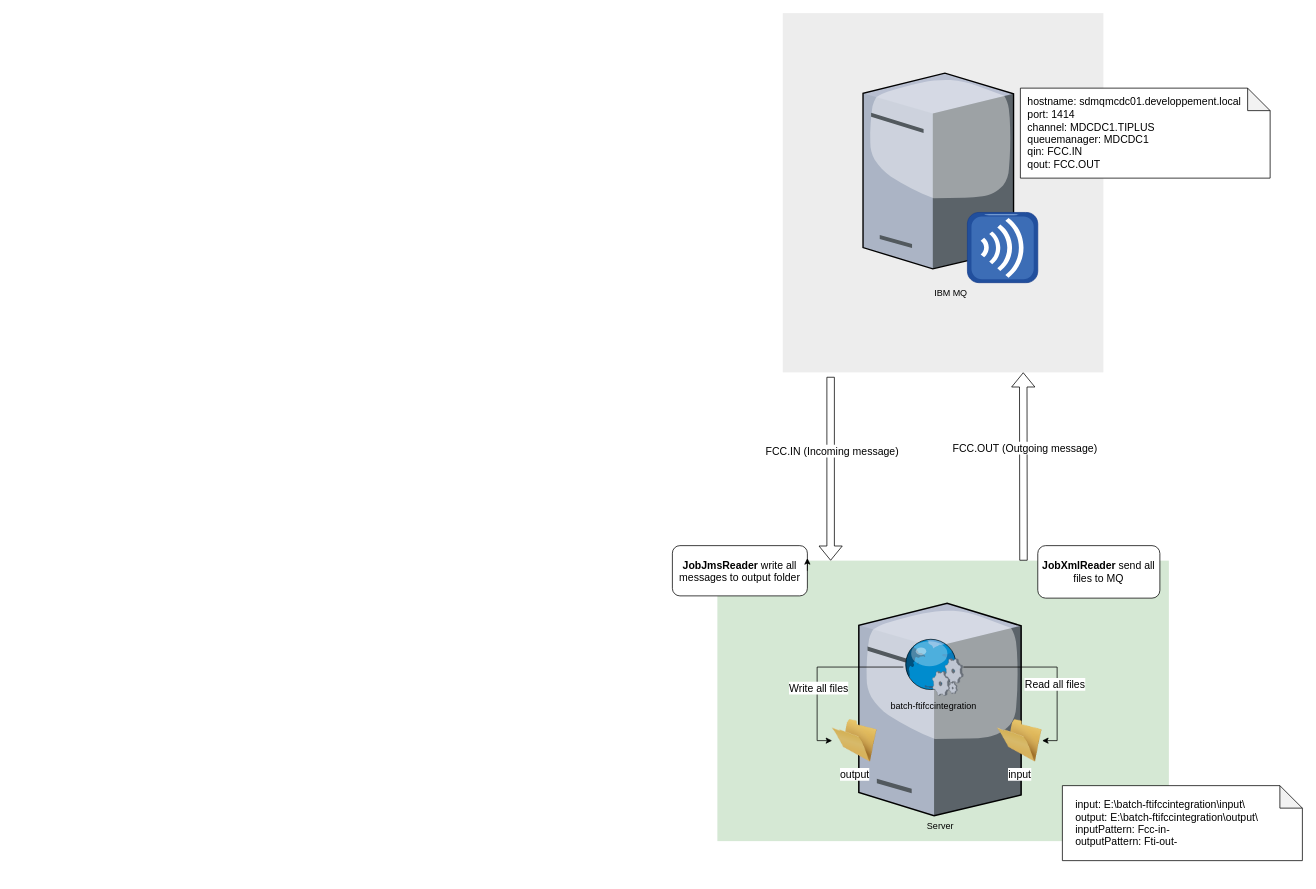
wittakarn/diagram keeps this draw.io diagram as ftifccintegration/ftifccintegration.drawio. Above is the earlier version. Source tidied: cells renumbered, new cells numbered last; positions are measured from the earlier drawing's top-left corner, leaving out a move shared by most shapes. Both pictures are drawn from the tidied source at 75%, with x=0, y=0 at pixel (672, 13).
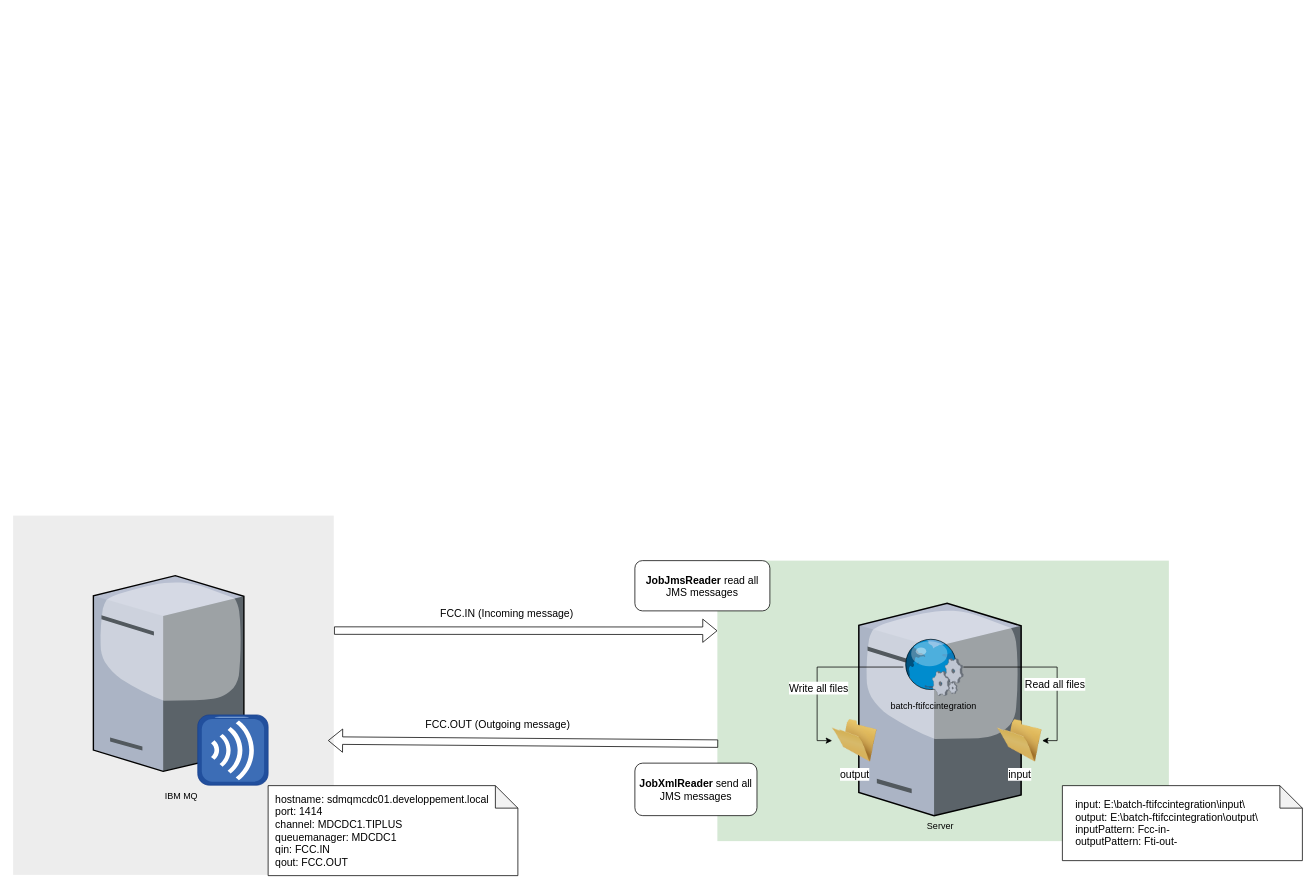
After the change.

Unchanged cells that the change refers to:
```xml
<mxCell id="2" style="whiteSpace=wrap;html=1;fillColor=#d5e8d4;fontSize=14;strokeColor=none;verticalAlign=top;" parent="1" vertex="1">
  <mxGeometry x="60" y="730" width="602" height="374" as="geometry" />
</mxCell>
```

What changed in the source:
```diff
@@
     <mxCell id="3" style="whiteSpace=wrap;html=1;fillColor=#EDEDED;fontSize=14;strokeColor=none;verticalAlign=top;" parent="1" vertex="1">
-      <mxGeometry x="147.2" width="427.5" height="479" as="geometry" />
+      <mxGeometry x="-879" y="670" width="427.5" height="479" as="geometry" />
     </mxCell>
     <mxCell id="4" value="IBM MQ&lt;br&gt;" style="verticalLabelPosition=bottom;html=1;verticalAlign=top;strokeColor=none;align=center;shape=mxgraph.citrix.merchandising_server;" parent="1" vertex="1">
-      <mxGeometry x="254.2" y="80" width="233" height="279.6" as="geometry" />
+      <mxGeometry x="-772" y="750" width="233" height="279.6" as="geometry" />
     </mxCell>
@@
-    <mxCell id="11" style="shape=flexArrow;endArrow=classic;html=1;" parent="1" edge="1">
-      <mxGeometry relative="1" as="geometry">
-        <mxPoint x="211" y="485" as="sourcePoint" />
-        <mxPoint x="211" y="730" as="targetPoint" />
-      </mxGeometry>
+    <mxCell id="11" style="shape=flexArrow;endArrow=classic;html=1;entryX=0;entryY=0.25;entryDx=0;entryDy=0;exitX=1.001;exitY=0.32;exitDx=0;exitDy=0;exitPerimeter=0;" parent="1" edge="1" source="3" target="2">
+      <mxGeometry relative="1" as="geometry" />
     </mxCell>
     <mxCell id="12" value="FCC.IN (Incoming message)" style="edgeLabel;html=1;align=center;verticalAlign=middle;fontSize=14;" parent="11" vertex="1">
       <mxGeometry x="-0.31" y="-5" relative="1" as="geometry">
-        <mxPoint x="6.1" y="13.4" as="offset" />
+        <mxPoint x="54" y="-28.8" as="offset" />
       </mxGeometry>
     </mxCell>
@@
-    <mxCell id="14" style="shape=flexArrow;endArrow=classic;html=1;fontSize=14;entryX=0.75;entryY=1;entryDx=0;entryDy=0;exitX=0.678;exitY=0;exitDx=0;exitDy=0;exitPerimeter=0;" parent="1" edge="1" source="2" target="3">
-      <mxGeometry relative="1" as="geometry" />
+    <mxCell id="14" style="shape=flexArrow;endArrow=classic;html=1;fontSize=14;entryX=0.982;entryY=0.626;entryDx=0;entryDy=0;entryPerimeter=0;" parent="1" edge="1" target="3">
+      <mxGeometry relative="1" as="geometry">
+        <mxPoint x="61" y="974" as="sourcePoint" />
+      </mxGeometry>
     </mxCell>
     <mxCell id="15" value="FCC.OUT (Outgoing message)" style="edgeLabel;html=1;align=center;verticalAlign=middle;fontSize=14;" parent="14" vertex="1">
       <mxGeometry x="-0.25" relative="1" as="geometry">
-        <mxPoint x="1.9" y="-56.7" as="offset" />
+        <mxPoint x="-100" y="-23.7" as="offset" />
       </mxGeometry>
     </mxCell>
     <mxCell id="16" value="&lt;div&gt;&amp;nbsp; hostname: sdmqmcdc01.developpement.local&lt;/div&gt;&lt;div&gt;&amp;nbsp; port: 1414&lt;/div&gt;&lt;div&gt;&amp;nbsp; channel: MDCDC1.TIPLUS&lt;/div&gt;&lt;div&gt;&amp;nbsp; queuemanager: MDCDC1&lt;/div&gt;&lt;div&gt;&amp;nbsp; qin: FCC.IN&lt;/div&gt;&lt;div&gt;&amp;nbsp; qout: FCC.OUT&lt;/div&gt;" style="shape=note;whiteSpace=wrap;html=1;backgroundOutline=1;darkOpacity=0.05;fontSize=14;align=left;" parent="1" vertex="1">
-      <mxGeometry x="464" y="100" width="333" height="120" as="geometry" />
+      <mxGeometry x="-539" y="1030" width="333" height="120" as="geometry" />
     </mxCell>
@@
-    <mxCell id="18" value="&lt;b&gt;JobXmlReader&amp;nbsp;&lt;/b&gt;&lt;span&gt;send all files to MQ&lt;/span&gt;" style="rounded=1;whiteSpace=wrap;html=1;fontSize=14;align=center;" parent="1" vertex="1">
-      <mxGeometry x="487.2" y="710" width="162.8" height="70" as="geometry" />
+    <mxCell id="18" value="&lt;b&gt;JobXmlReader&amp;nbsp;&lt;/b&gt;&lt;span&gt;send all JMS messages&lt;/span&gt;" style="rounded=1;whiteSpace=wrap;html=1;fontSize=14;align=center;" parent="1" vertex="1">
+      <mxGeometry x="-50" y="1000" width="162.8" height="70" as="geometry" />
     </mxCell>
-    <mxCell id="19" value="&lt;b&gt;JobJmsReader&amp;nbsp;&lt;/b&gt;&lt;span&gt;write all messages to output folder&lt;/span&gt;" style="rounded=1;whiteSpace=wrap;html=1;fontSize=14;" parent="1" vertex="1">
-      <mxGeometry y="710" width="180" height="67" as="geometry" />
+    <mxCell id="19" value="&lt;b&gt;JobJmsReader&amp;nbsp;&lt;/b&gt;&lt;span&gt;read all JMS messages&lt;/span&gt;" style="rounded=1;whiteSpace=wrap;html=1;fontSize=14;" parent="1" vertex="1">
+      <mxGeometry x="-50" y="730" width="180" height="67" as="geometry" />
     </mxCell>
-    <mxCell id="20" style="edgeStyle=orthogonalEdgeStyle;rounded=0;orthogonalLoop=1;jettySize=auto;html=1;exitX=1;exitY=0.5;exitDx=0;exitDy=0;entryX=1;entryY=0.25;entryDx=0;entryDy=0;fontSize=14;" parent="1" edge="1" source="19" target="19">
-      <mxGeometry relative="1" as="geometry" />
-    </mxCell>
```
